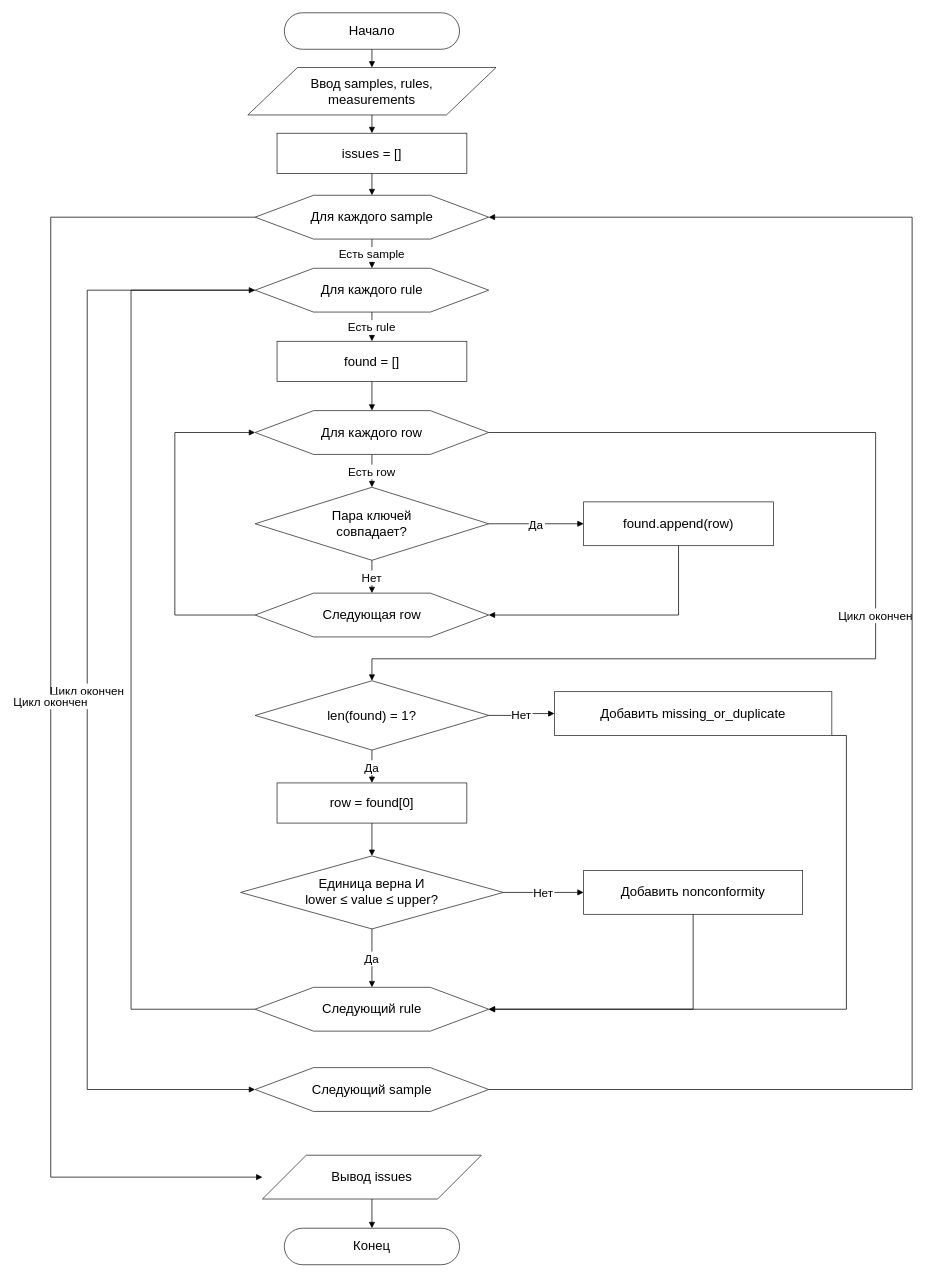
The draw.io diagram КТ2/models/algorithm_b.drawio in Estriper0/educational_practice, before the edit. Source tidied: cells renumbered, new cells numbered last; positions are measured from the earlier drawing's top-left corner, leaving out a move shared by most shapes. Both pictures are drawn from the tidied source at 73%, with x=0, y=0 at pixel (50, 12).
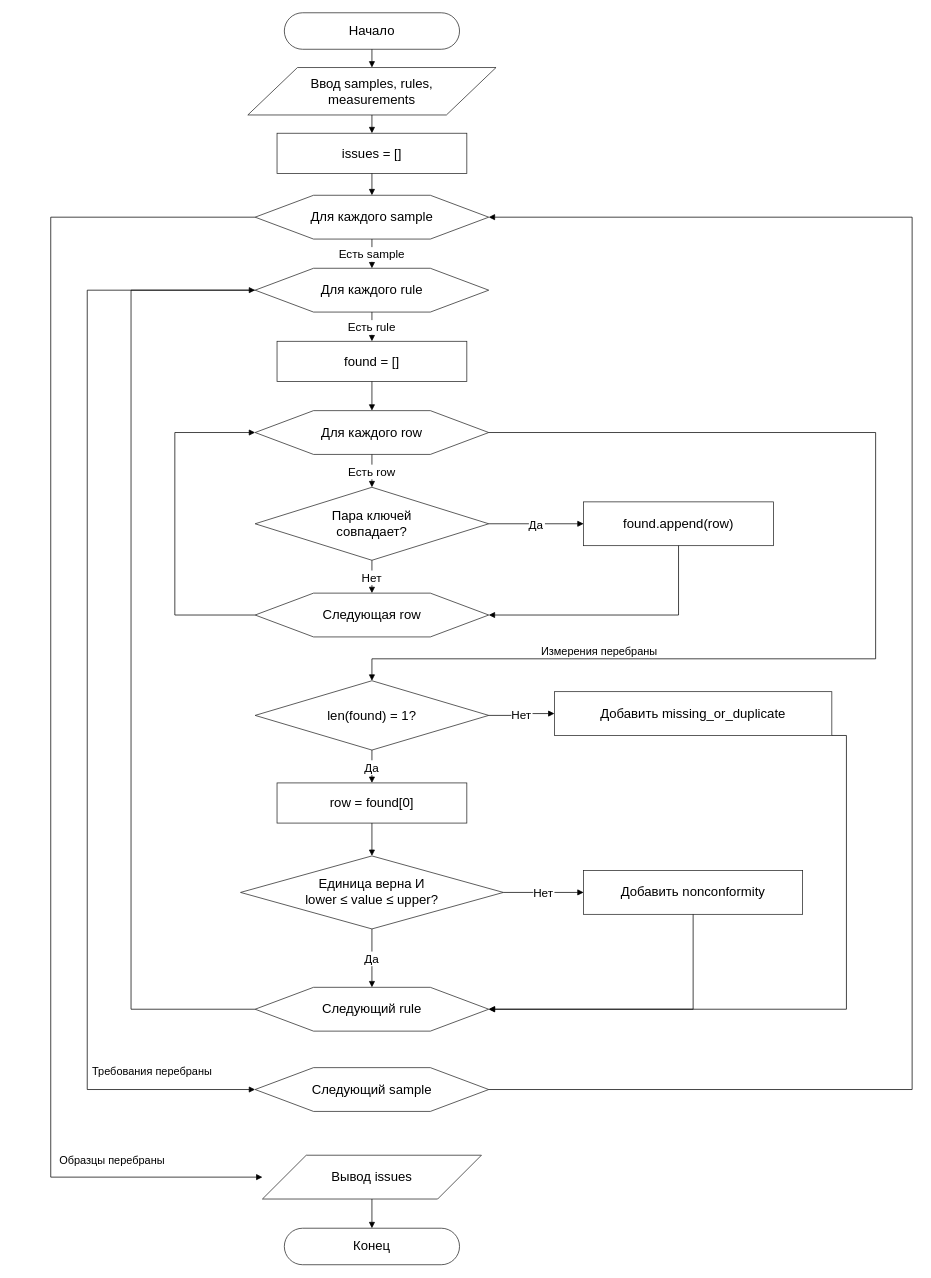
After the change.

Commit message (it also covers changes not shown here):
Добавлена UML и исправлены подписи BPMN и выходов из циклов

Unchanged cells that the change refers to:
```xml
<mxCell id="5" value="Для каждого sample" style="shape=hexagon;whiteSpace=wrap;html=0;fontSize=18;fontFamily=Arial;strokeColor=#222222;" parent="1" vertex="1">
  <mxGeometry x="280" y="250" width="320" height="60" as="geometry" />
</mxCell>
<mxCell id="6" value="Для каждого rule" style="shape=hexagon;whiteSpace=wrap;html=0;fontSize=18;fontFamily=Arial;strokeColor=#222222;" parent="1" vertex="1">
  <mxGeometry x="280" y="350" width="320" height="60" as="geometry" />
</mxCell>
<mxCell id="8" value="Для каждого row" style="shape=hexagon;whiteSpace=wrap;html=0;fontSize=18;fontFamily=Arial;strokeColor=#222222;" parent="1" vertex="1">
  <mxGeometry x="280" y="545" width="320" height="60" as="geometry" />
</mxCell>
<mxCell id="12" value="len(found) = 1?" style="rhombus;whiteSpace=wrap;html=0;fontSize=18;fontFamily=Arial;strokeColor=#222222;" parent="1" vertex="1">
  <mxGeometry x="280" y="915" width="320" height="95" as="geometry" />
</mxCell>
<mxCell id="18" value="Следующий sample" style="shape=hexagon;whiteSpace=wrap;html=0;fontSize=18;fontFamily=Arial;strokeColor=#222222;" parent="1" vertex="1">
  <mxGeometry x="280" y="1445" width="320" height="60" as="geometry" />
</mxCell>
<mxCell id="19" value="Вывод issues" style="shape=parallelogram;whiteSpace=wrap;html=0;fontSize=18;fontFamily=Arial;strokeColor=#222222;" parent="1" vertex="1">
  <mxGeometry x="290" y="1565" width="300" height="60" as="geometry" />
</mxCell>
```

What changed in the source:
```diff
@@
-    <mxCell id="32" value="Цикл окончен" style="edgeStyle=orthogonalEdgeStyle;rounded=0;html=0;fontSize=16;endArrow=block;" parent="1" edge="1" source="8" target="12">
+    <mxCell id="32" style="edgeStyle=orthogonalEdgeStyle;rounded=0;html=0;fontSize=16;endArrow=block;" parent="1" edge="1" source="8" target="12">
       <mxGeometry relative="1" as="geometry">
         <Array as="points">
           <mxPoint x="1130" y="575" />
           <mxPoint x="1130" y="885" />
           <mxPoint x="440" y="885" />
         </Array>
       </mxGeometry>
     </mxCell>
@@
-    <mxCell id="41" value="Цикл окончен" style="edgeStyle=orthogonalEdgeStyle;rounded=0;html=0;fontSize=16;endArrow=block;" parent="1" edge="1" source="6" target="18">
+    <mxCell id="41" style="edgeStyle=orthogonalEdgeStyle;rounded=0;html=0;fontSize=16;endArrow=block;" parent="1" edge="1" source="6" target="18">
       <mxGeometry relative="1" as="geometry">
         <Array as="points">
           <mxPoint x="50" y="380" />
           <mxPoint x="50" y="1475" />
         </Array>
       </mxGeometry>
     </mxCell>
@@
-    <mxCell id="43" value="Цикл окончен" style="edgeStyle=orthogonalEdgeStyle;rounded=0;html=0;fontSize=16;endArrow=block;" parent="1" edge="1" source="5" target="19">
+    <mxCell id="43" style="edgeStyle=orthogonalEdgeStyle;rounded=0;html=0;fontSize=16;endArrow=block;" parent="1" edge="1" source="5" target="19">
       <mxGeometry relative="1" as="geometry">
         <Array as="points">
           <mxPoint y="280" />
           <mxPoint y="1595" />
         </Array>
       </mxGeometry>
     </mxCell>
@@
+    <mxCell id="45" value="Измерения перебраны" style="text;html=0;fontSize=15;align=left;" parent="1" vertex="1">
+      <mxGeometry x="670" y="859" width="270" height="26" as="geometry" />
+    </mxCell>
+    <mxCell id="46" value="Требования перебраны" style="text;html=0;fontSize=15;align=left;" parent="1" vertex="1">
+      <mxGeometry x="55" y="1435" width="270" height="26" as="geometry" />
+    </mxCell>
+    <mxCell id="47" value="Образцы перебраны" style="text;html=0;fontSize=15;align=left;" parent="1" vertex="1">
+      <mxGeometry x="10" y="1557" width="270" height="26" as="geometry" />
+    </mxCell>
```
